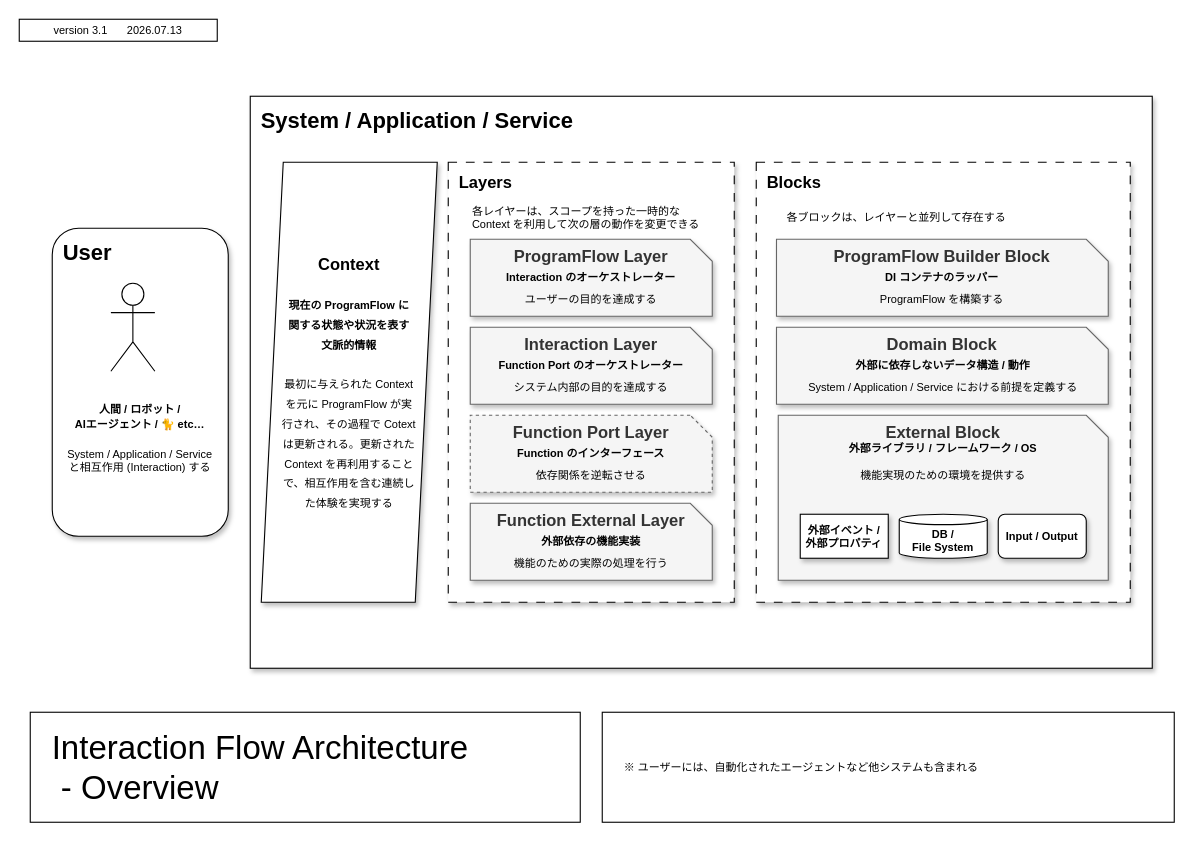
Studio-id-Game/InteractionFlowArchitecture keeps this draw.io diagram as docs/img/src/InteractionFlowArchitecture_Overview.drawio. Above is the earlier version. Source tidied: cells renumbered, new cells numbered last; positions are measured from the earlier drawing's top-left corner, leaving out a move shared by most shapes. Both pictures are drawn from the tidied source at 110%, with x=0, y=0 at pixel (19, 19).
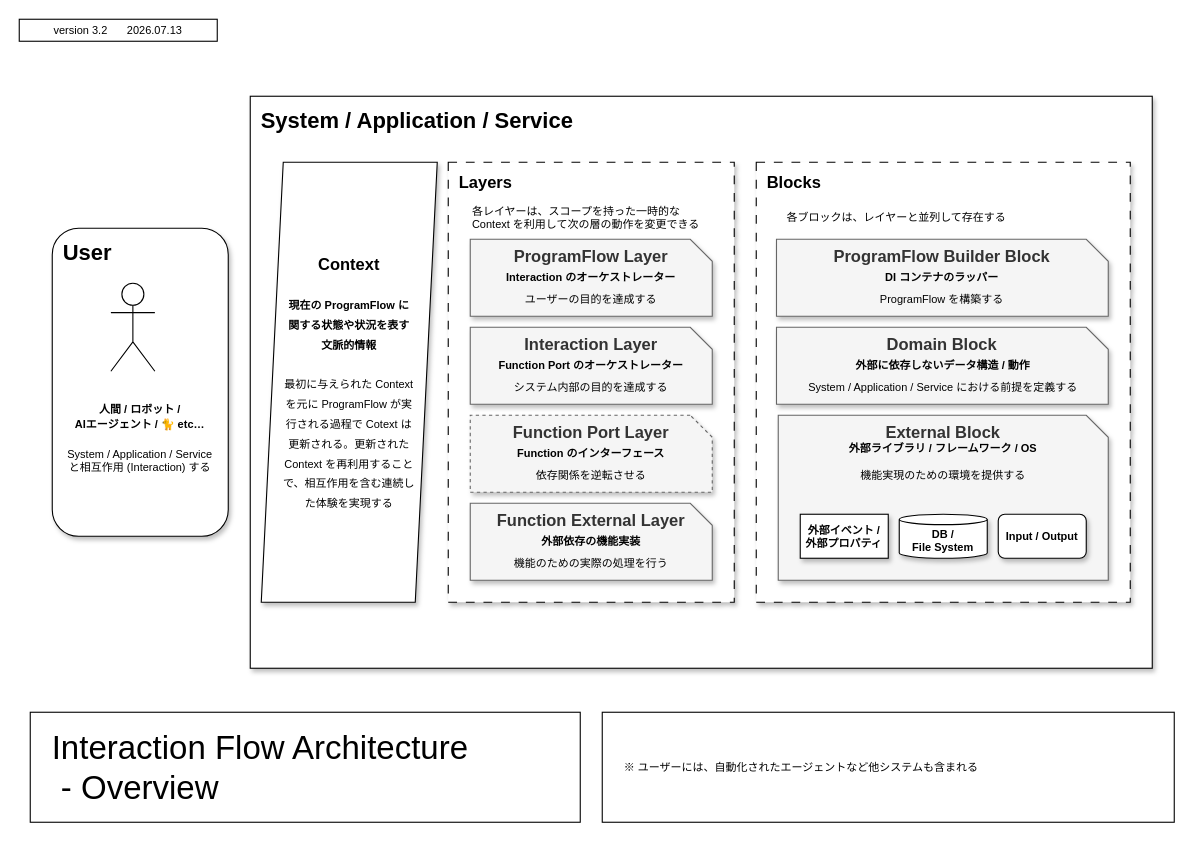
The same page after the edit.

Unchanged cells that the change refers to:
```xml
<mxCell id="9" style="group;" parent="1" vertex="1">
  <mxGeometry x="210" y="70" width="820" height="520" as="geometry" />
</mxCell>
```

Diff of the diagram source:
```diff
@@
-    <mxCell id="4" value="&lt;div&gt;version 3.1&lt;span style=&quot;white-space: pre;&quot;&gt;&#9;&lt;/span&gt;&lt;span style=&quot;background-color: transparent; color: light-dark(rgb(0, 0, 0), rgb(255, 255, 255));&quot;&gt;2026.07.13&lt;/span&gt;&lt;/div&gt;" style="rounded=0;whiteSpace=wrap;html=1;strokeColor=default;align=center;verticalAlign=middle;fontFamily=Arial;fontSize=10;fontColor=default;fillColor=default;shadow=0;" parent="1" vertex="1">
+    <mxCell id="4" value="&lt;div&gt;version 3.2&lt;span style=&quot;white-space: pre;&quot;&gt;&#9;&lt;/span&gt;&lt;span style=&quot;background-color: transparent; color: light-dark(rgb(0, 0, 0), rgb(255, 255, 255));&quot;&gt;2026.07.13&lt;/span&gt;&lt;/div&gt;" style="rounded=0;whiteSpace=wrap;html=1;strokeColor=default;align=center;verticalAlign=middle;fontFamily=Arial;fontSize=10;fontColor=default;fillColor=default;shadow=0;" parent="1" vertex="1">
       <mxGeometry width="180" height="20" as="geometry" />
     </mxCell>
@@
-    <mxCell id="11" value="&lt;b&gt;Context&lt;/b&gt;&lt;div&gt;&lt;b&gt;&lt;br&gt;&lt;/b&gt;&lt;div&gt;&lt;b&gt;&lt;span style=&quot;font-size: x-small;&quot;&gt;現在の ProgramFlow&amp;nbsp;&lt;/span&gt;&lt;font size=&quot;1&quot;&gt;に&lt;br&gt;関する&lt;/font&gt;&lt;/b&gt;&lt;b style=&quot;background-color: transparent; color: light-dark(rgb(0, 0, 0), rgb(255, 255, 255));&quot;&gt;&lt;font size=&quot;1&quot;&gt;状態や状況を表す&lt;br&gt;文脈的情報&lt;/font&gt;&lt;/b&gt;&lt;/div&gt;&lt;div&gt;&lt;font size=&quot;1&quot;&gt;&lt;br&gt;&lt;/font&gt;&lt;/div&gt;&lt;div&gt;&lt;font size=&quot;1&quot;&gt;最初に与えられた Context を元に&amp;nbsp;&lt;/font&gt;&lt;span style=&quot;background-color: transparent; color: light-dark(rgb(0, 0, 0), rgb(255, 255, 255));&quot;&gt;&lt;font size=&quot;1&quot;&gt;ProgramFlow が実行され、その過程で Cotext は&lt;/font&gt;&lt;/span&gt;&lt;span style=&quot;background-color: transparent; color: light-dark(rgb(0, 0, 0), rgb(255, 255, 255)); font-size: x-small;&quot;&gt;更新される。&lt;/span&gt;&lt;span style=&quot;background-color: transparent; color: light-dark(rgb(0, 0, 0), rgb(255, 255, 255)); font-size: x-small;&quot;&gt;更新された Context を&lt;/span&gt;&lt;span style=&quot;background-color: transparent; color: light-dark(rgb(0, 0, 0), rgb(255, 255, 255)); font-size: x-small;&quot;&gt;再利用することで、相互作用を含む&lt;/span&gt;&lt;span style=&quot;background-color: transparent; color: light-dark(rgb(0, 0, 0), rgb(255, 255, 255)); font-size: x-small;&quot;&gt;連続した体験&lt;/span&gt;&lt;span style=&quot;background-color: transparent; color: light-dark(rgb(0, 0, 0), rgb(255, 255, 255)); font-size: x-small;&quot;&gt;を実現する&lt;/span&gt;&lt;/div&gt;&lt;/div&gt;" style="shape=parallelogram;perimeter=parallelogramPerimeter;whiteSpace=wrap;html=1;fixedSize=1;fontFamily=Arial;fontSize=15;size=20;rounded=0;shadow=1;verticalAlign=middle;align=center;spacingLeft=0;spacing=20;" parent="9" vertex="1">
+    <mxCell id="11" value="&lt;b&gt;Context&lt;/b&gt;&lt;div&gt;&lt;b&gt;&lt;br&gt;&lt;/b&gt;&lt;div&gt;&lt;b&gt;&lt;span style=&quot;font-size: x-small;&quot;&gt;現在の ProgramFlow&amp;nbsp;&lt;/span&gt;&lt;font size=&quot;1&quot;&gt;に&lt;br&gt;関する&lt;/font&gt;&lt;/b&gt;&lt;b style=&quot;background-color: transparent; color: light-dark(rgb(0, 0, 0), rgb(255, 255, 255));&quot;&gt;&lt;font size=&quot;1&quot;&gt;状態や状況を表す&lt;br&gt;文脈的情報&lt;/font&gt;&lt;/b&gt;&lt;/div&gt;&lt;div&gt;&lt;font size=&quot;1&quot;&gt;&lt;br&gt;&lt;/font&gt;&lt;/div&gt;&lt;div&gt;&lt;font size=&quot;1&quot;&gt;最初に与えられた Context を元に&amp;nbsp;&lt;/font&gt;&lt;span style=&quot;background-color: transparent; color: light-dark(rgb(0, 0, 0), rgb(255, 255, 255));&quot;&gt;&lt;font size=&quot;1&quot;&gt;ProgramFlow が実行される過程で Cotext は&lt;/font&gt;&lt;/span&gt;&lt;span style=&quot;background-color: transparent; color: light-dark(rgb(0, 0, 0), rgb(255, 255, 255)); font-size: x-small;&quot;&gt;更新される。&lt;/span&gt;&lt;span style=&quot;background-color: transparent; color: light-dark(rgb(0, 0, 0), rgb(255, 255, 255)); font-size: x-small;&quot;&gt;更新された Context を&lt;/span&gt;&lt;span style=&quot;background-color: transparent; color: light-dark(rgb(0, 0, 0), rgb(255, 255, 255)); font-size: x-small;&quot;&gt;再利用することで、相互作用を含む&lt;/span&gt;&lt;span style=&quot;background-color: transparent; color: light-dark(rgb(0, 0, 0), rgb(255, 255, 255)); font-size: x-small;&quot;&gt;連続した体験&lt;/span&gt;&lt;span style=&quot;background-color: transparent; color: light-dark(rgb(0, 0, 0), rgb(255, 255, 255)); font-size: x-small;&quot;&gt;を実現する&lt;/span&gt;&lt;/div&gt;&lt;/div&gt;" style="shape=parallelogram;perimeter=parallelogramPerimeter;whiteSpace=wrap;html=1;fixedSize=1;fontFamily=Arial;fontSize=15;size=20;rounded=0;shadow=1;verticalAlign=middle;align=center;spacingLeft=0;spacing=20;" parent="9" vertex="1">
       <mxGeometry x="10" y="60" width="160" height="400" as="geometry" />
     </mxCell>
```
